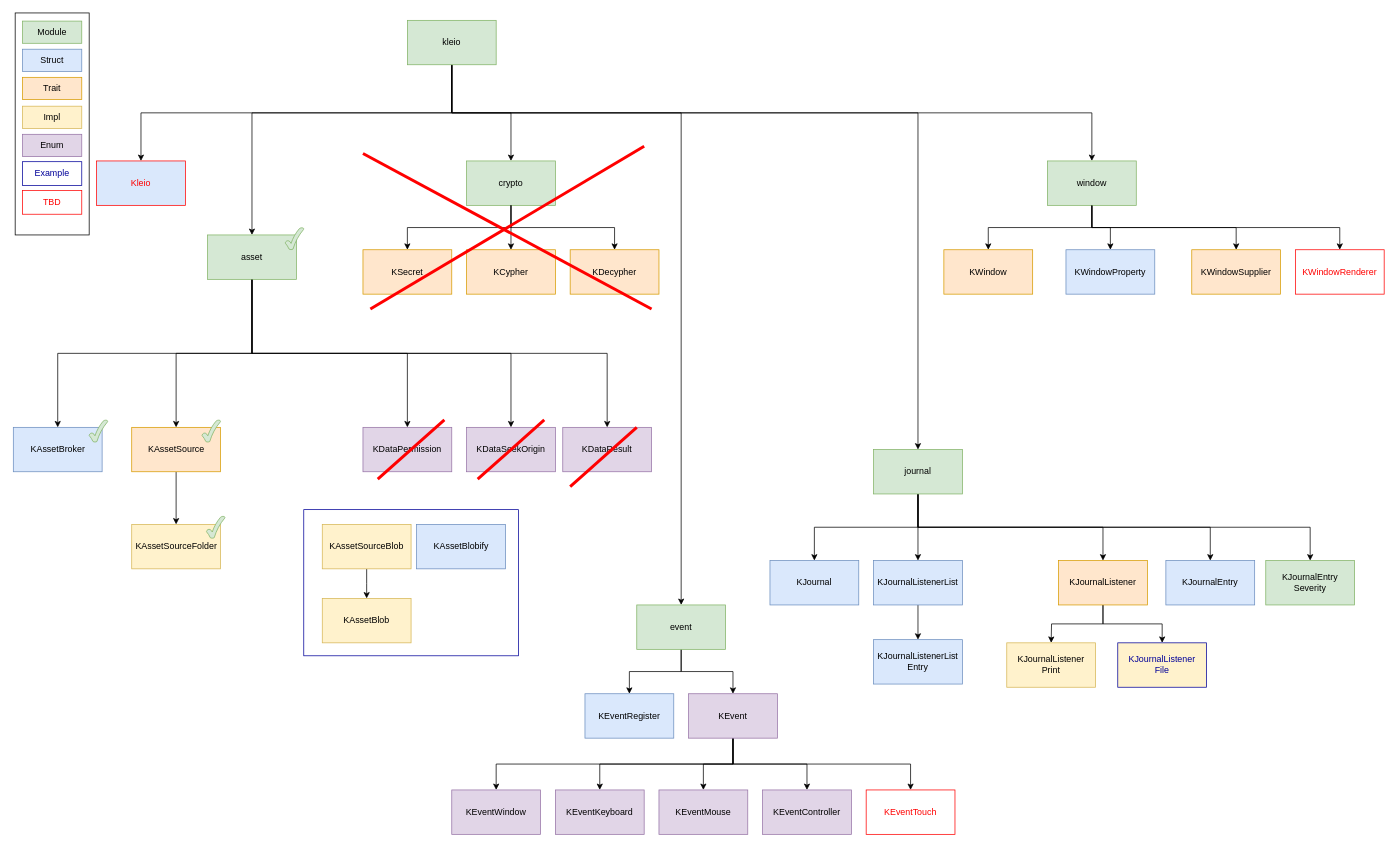
This is diagram/kleio.drawio from NickelAngeStudio/kleio, a draw.io file, before an edit. Source tidied: cells renumbered, new cells numbered last; positions are measured from the earlier drawing's top-left corner, leaving out a move shared by most shapes. Both pictures are drawn from the tidied source at 74%, with x=0, y=0 at pixel (13, 13).
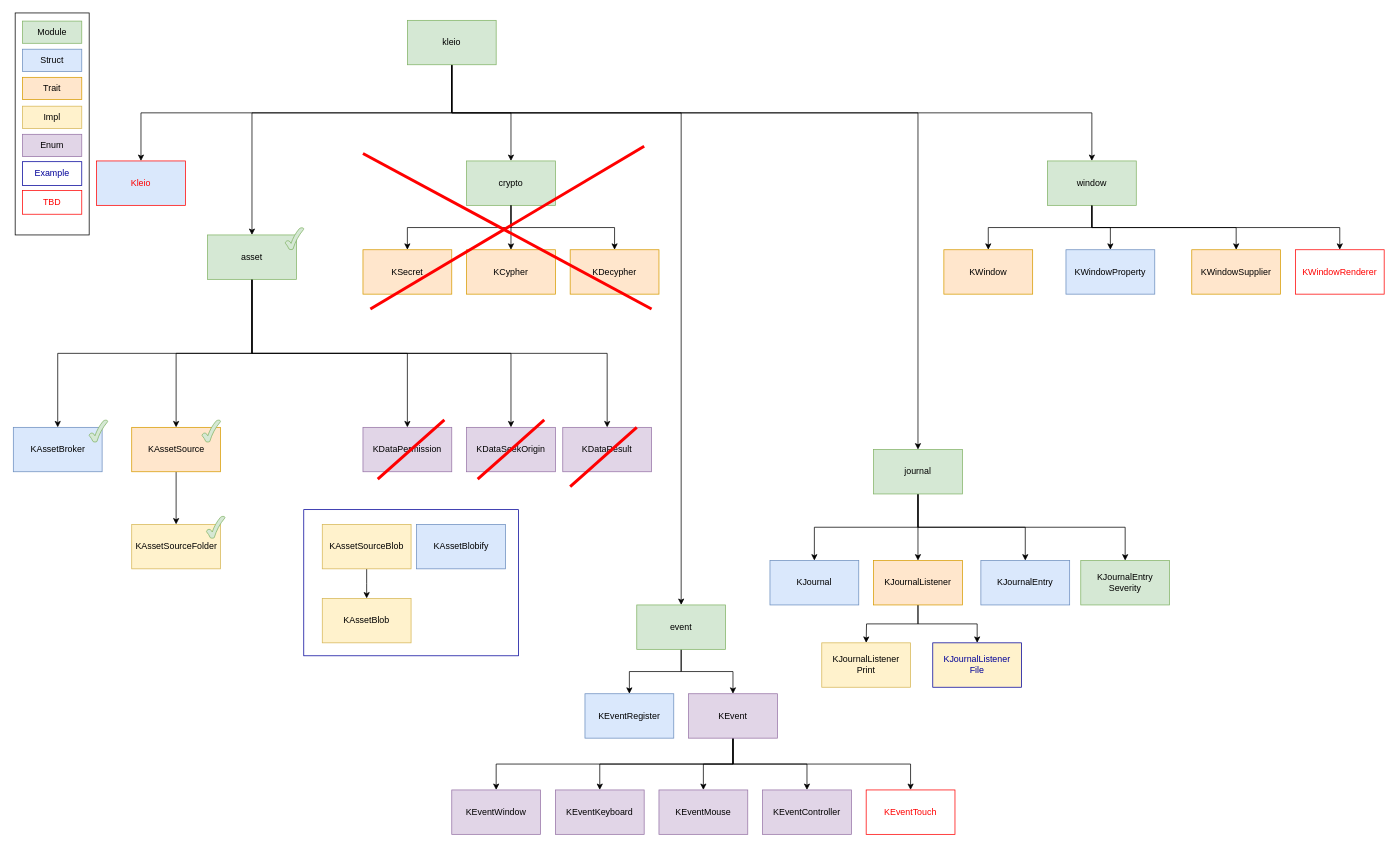
The same page after the edit.

The change refers to these unchanged cells:
```xml
<mxCell id="58" value="journal" style="rounded=0;whiteSpace=wrap;html=1;fillColor=#d5e8d4;strokeColor=#82b366;" parent="1" vertex="1">
  <mxGeometry x="1162" y="590" width="120" height="60" as="geometry" />
</mxCell>
```

Diff of the diagram source:
```diff
@@
     <mxCell id="49" style="edgeStyle=orthogonalEdgeStyle;rounded=0;jettySize=auto;html=1;exitX=0.5;exitY=1;exitDx=0;exitDy=0;entryX=0.5;entryY=0;entryDx=0;entryDy=0;" parent="1" edge="1" source="51">
       <mxGeometry relative="1" as="geometry">
-        <mxPoint x="1402" y="851.2" as="targetPoint" />
+        <mxPoint x="1152" y="851.2" as="targetPoint" />
       </mxGeometry>
     </mxCell>
@@
     <mxCell id="51" value="KJournalListener" style="rounded=0;whiteSpace=wrap;html=1;fillColor=#ffe6cc;strokeColor=#d79b00;" parent="1" vertex="1">
-      <mxGeometry x="1412" y="740" width="120" height="60" as="geometry" />
+      <mxGeometry x="1162" y="740" width="120" height="60" as="geometry" />
     </mxCell>
     <mxCell id="52" value="KJournalEntry" style="rounded=0;whiteSpace=wrap;html=1;fillColor=#dae8fc;strokeColor=#6c8ebf;" parent="1" vertex="1">
-      <mxGeometry x="1557" y="740" width="120" height="60" as="geometry" />
+      <mxGeometry x="1307" y="740" width="120" height="60" as="geometry" />
     </mxCell>
@@
-    <mxCell id="57" style="edgeStyle=orthogonalEdgeStyle;rounded=0;jettySize=auto;html=1;exitX=0.5;exitY=1;exitDx=0;exitDy=0;" parent="1" edge="1" source="58" target="93">
-      <mxGeometry relative="1" as="geometry" />
-    </mxCell>
@@
     <mxCell id="61" value="KJournalListener&lt;br&gt;Print" style="rounded=0;whiteSpace=wrap;html=1;fillColor=#fff2cc;strokeColor=#d6b656;" parent="1" vertex="1">
-      <mxGeometry x="1342" y="851.2" width="120" height="60" as="geometry" />
+      <mxGeometry x="1092" y="851.2" width="120" height="60" as="geometry" />
     </mxCell>
     <mxCell id="62" value="KJournalListener&lt;br&gt;File" style="rounded=0;whiteSpace=wrap;html=1;fillColor=#fff2cc;strokeColor=#000099;fontColor=#000099;" parent="1" vertex="1">
-      <mxGeometry x="1492" y="851.2" width="120" height="60" as="geometry" />
+      <mxGeometry x="1242" y="851.2" width="120" height="60" as="geometry" />
     </mxCell>
@@
     <mxCell id="91" value="KJournalEntry&lt;br&gt;Severity" style="rounded=0;whiteSpace=wrap;html=1;fillColor=#d5e8d4;strokeColor=#82b366;" parent="1" vertex="1">
-      <mxGeometry x="1692" y="740" width="120" height="60" as="geometry" />
+      <mxGeometry x="1442" y="740" width="120" height="60" as="geometry" />
     </mxCell>
-    <mxCell id="92" style="edgeStyle=orthogonalEdgeStyle;rounded=0;jettySize=auto;html=1;exitX=0.5;exitY=1;exitDx=0;exitDy=0;entryX=0.5;entryY=0;entryDx=0;entryDy=0;" parent="1" edge="1" source="93" target="94">
-      <mxGeometry relative="1" as="geometry" />
-    </mxCell>
-    <mxCell id="93" value="KJournalListenerList" style="rounded=0;whiteSpace=wrap;html=1;fillColor=#dae8fc;strokeColor=#6c8ebf;" parent="1" vertex="1">
-      <mxGeometry x="1162" y="740" width="120" height="60" as="geometry" />
-    </mxCell>
-    <mxCell id="94" value="KJournalListenerList&lt;br&gt;Entry" style="rounded=0;whiteSpace=wrap;html=1;fillColor=#dae8fc;strokeColor=#6c8ebf;" parent="1" vertex="1">
-      <mxGeometry x="1162" y="846.9" width="120" height="60" as="geometry" />
-    </mxCell>
```
